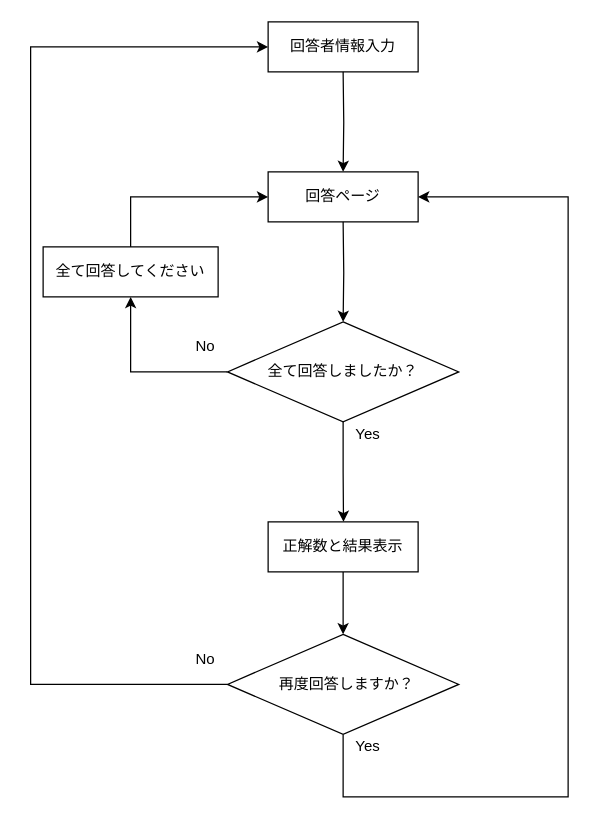
This is Flow.dio from k-nami500/prefecture_quiz, a draw.io file, before an edit. Source tidied: cells renumbered, new cells numbered last; positions are measured from the earlier drawing's top-left corner, leaving out a move shared by most shapes. Both pictures are drawn from the tidied source at 125%, with x=0, y=0 at pixel (30, 21).
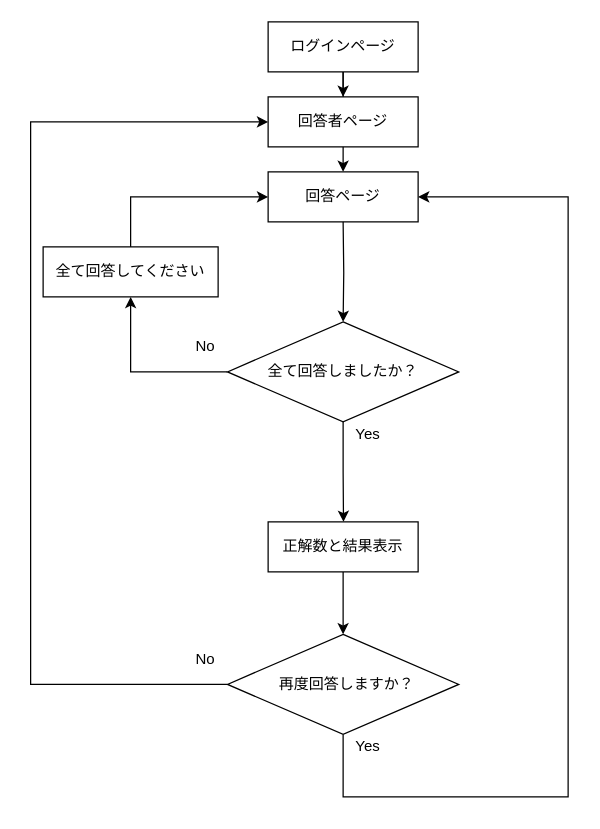
After the change.

Commit message:
フローチャート修正

The change refers to these unchanged cells:
```xml
<mxCell id="2" style="rounded=0;whiteSpace=wrap;html=1;" parent="1" vertex="1">
  <mxGeometry x="190" width="120" height="40" as="geometry" />
</mxCell>
<mxCell id="8" style="rounded=0;whiteSpace=wrap;html=1;" parent="1" vertex="1">
  <mxGeometry x="190" y="120" width="120" height="40" as="geometry" />
</mxCell>
<mxCell id="22" style="rhombus;whiteSpace=wrap;html=1;" parent="1" vertex="1">
  <mxGeometry x="157.5" y="490" width="185" height="80" as="geometry" />
</mxCell>
```

Diff of the diagram source:
```diff
@@
+    <mxCell id="26" style="edgeStyle=orthogonalEdgeStyle;rounded=0;jettySize=auto;html=1;" parent="1" edge="1" source="2" target="8">
+      <mxGeometry relative="1" as="geometry" />
+    </mxCell>
@@
-    <mxCell id="6" style="edgeStyle=orthogonalEdgeStyle;rounded=0;jettySize=auto;html=1;entryX=0.5;entryY=0;entryDx=0;entryDy=0;" parent="1" edge="1" target="8">
+    <mxCell id="6" style="edgeStyle=orthogonalEdgeStyle;rounded=0;jettySize=auto;html=1;entryX=0.5;entryY=0;entryDx=0;entryDy=0;" parent="1" edge="1" target="27">
       <mxGeometry relative="1" as="geometry">
         <mxPoint x="250" y="40" as="sourcePoint" />
       </mxGeometry>
     </mxCell>
-    <mxCell id="7" value="回答者情報入力" style="text;html=1;strokeColor=none;fillColor=none;align=center;verticalAlign=middle;whiteSpace=wrap;rounded=0;" parent="1" vertex="1">
+    <mxCell id="7" value="ログインページ" style="text;html=1;strokeColor=none;fillColor=none;align=center;verticalAlign=middle;whiteSpace=wrap;rounded=0;" parent="1" vertex="1">
       <mxGeometry x="200" y="10" width="100" height="20" as="geometry" />
     </mxCell>
@@
-    <mxCell id="21" style="edgeStyle=orthogonalEdgeStyle;rounded=0;jettySize=auto;html=1;exitX=0;exitY=0.5;exitDx=0;exitDy=0;entryX=0;entryY=0.5;entryDx=0;entryDy=0;" parent="1" edge="1" source="22" target="2">
+    <mxCell id="21" style="edgeStyle=orthogonalEdgeStyle;rounded=0;jettySize=auto;html=1;exitX=0;exitY=0.5;exitDx=0;exitDy=0;entryX=0;entryY=0.5;entryDx=0;entryDy=0;" parent="1" edge="1" source="22" target="27">
       <mxGeometry relative="1" as="geometry">
         <Array as="points">
           <mxPoint y="530" />
-          <mxPoint y="20" />
+          <mxPoint y="80" />
         </Array>
       </mxGeometry>
     </mxCell>
@@
+    <mxCell id="27" style="rounded=0;whiteSpace=wrap;html=1;" parent="1" vertex="1">
+      <mxGeometry x="190" y="60" width="120" height="40" as="geometry" />
+    </mxCell>
+    <mxCell id="28" value="回答者ページ" style="text;html=1;strokeColor=none;fillColor=none;align=center;verticalAlign=middle;whiteSpace=wrap;rounded=0;" parent="1" vertex="1">
+      <mxGeometry x="200" y="70" width="100" height="20" as="geometry" />
+    </mxCell>
```
